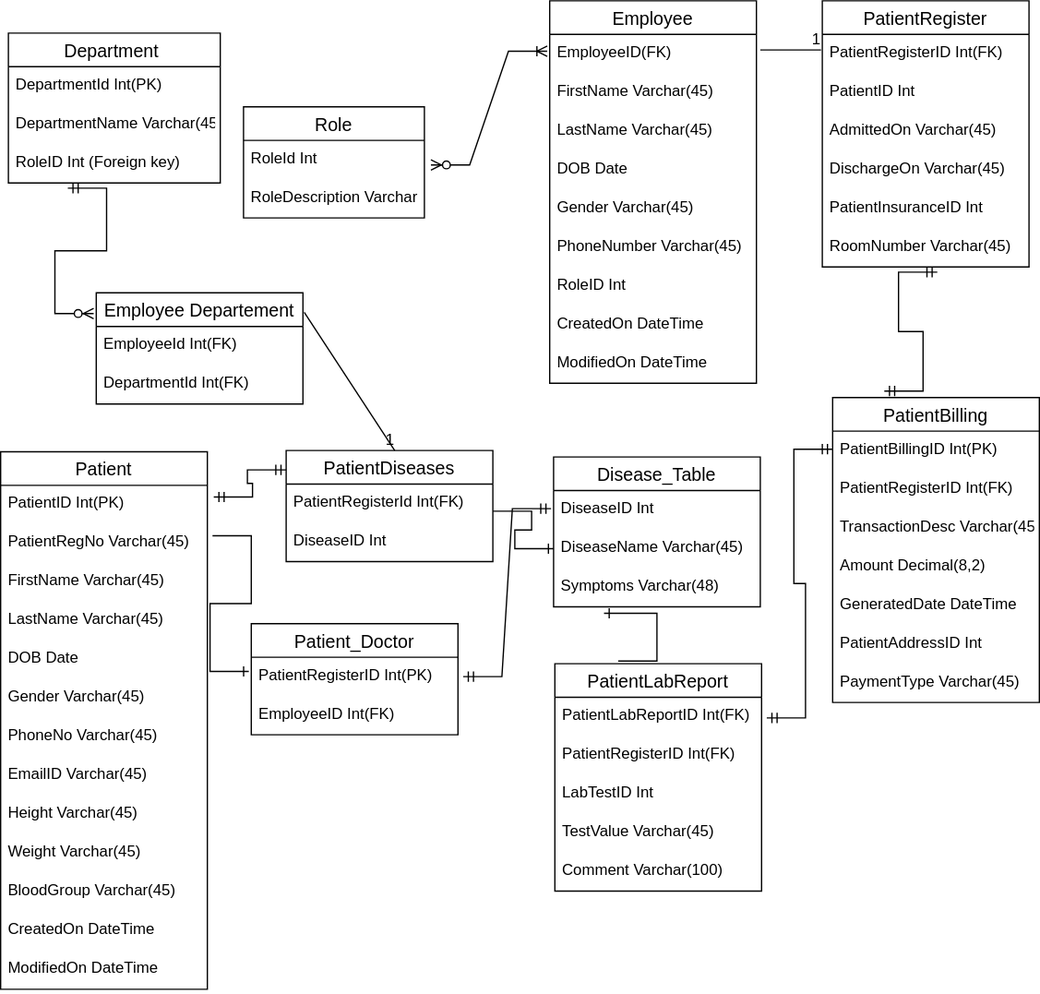
Before: Hospital Management System/Hospital Management System.drawio.svg, a diagram exported from draw.io (Mahima-01/Training-Repository). Source tidied: cells renumbered, new cells last; positions are measured from the earlier drawing's top-left corner, leaving out a move shared by most shapes.
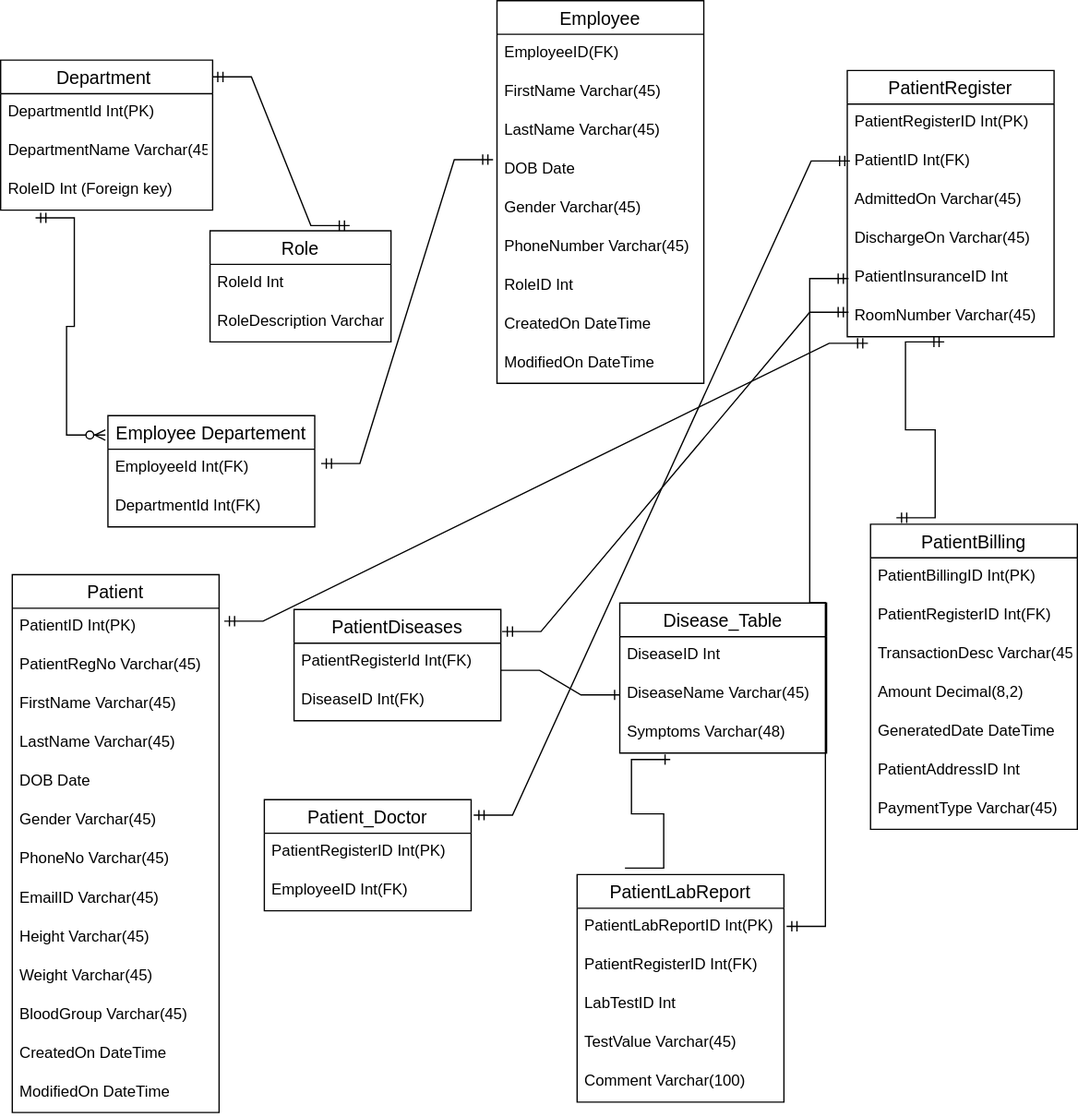
After the commit.

Commit message:
Establishing Relationships Between Tables

Change to the diagram source:
```diff
@@ -3,7 +3,7 @@
     <mxCell id="0" />
     <mxCell id="1" parent="0" />
     <mxCell id="2" value="Department " style="swimlane;fontStyle=0;horizontal=1;startSize=26;align=center;fontSize=14;" parent="1" vertex="1">
-      <mxGeometry x="6" y="25" width="164" height="116" as="geometry" />
+      <mxGeometry x="-9" y="-49" width="164" height="116" as="geometry" />
     </mxCell>
     <mxCell id="3" value="DepartmentId Int(PK)" style="text;strokeColor=none;fillColor=none;spacingLeft=4;spacingRight=4;overflow=hidden;fontSize=12;" parent="2" vertex="1">
       <mxGeometry y="26" width="164" height="30" as="geometry" />
@@ -16,8 +16,8 @@
     </mxCell>
     <mxCell id="6" style="edgeStyle=entityRelationEdgeStyle;fontSize=12;html=1;endArrow=ERzeroToMany;startArrow=ERmandOne;rounded=0;" parent="1" edge="1">
       <mxGeometry relative="1" as="geometry">
-        <mxPoint x="52" y="145" as="sourcePoint" />
-        <mxPoint x="72" y="242" as="targetPoint" />
+        <mxPoint x="18" y="73" as="sourcePoint" />
+        <mxPoint x="72" y="241" as="targetPoint" />
       </mxGeometry>
     </mxCell>
     <mxCell id="7" value="Employee Departement" style="swimlane;fontStyle=0;horizontal=1;startSize=26;align=center;fontSize=14;" parent="1" vertex="1">
@@ -30,7 +30,7 @@
       <mxGeometry y="56" width="160" height="30" as="geometry" />
     </mxCell>
     <mxCell id="10" value="Role" style="swimlane;fontStyle=0;horizontal=1;startSize=26;align=center;fontSize=14;" parent="1" vertex="1">
-      <mxGeometry x="188" y="82" width="140" height="86" as="geometry" />
+      <mxGeometry x="153" y="83" width="140" height="86" as="geometry" />
     </mxCell>
     <mxCell id="11" value="RoleId Int" style="text;strokeColor=none;fillColor=none;spacingLeft=4;spacingRight=4;overflow=hidden;points=[[0,0.5],[1,0.5]];portConstraint=eastwest;fontSize=12;" parent="10" vertex="1">
       <mxGeometry y="26" width="140" height="30" as="geometry" />
@@ -39,20 +39,11 @@
       <mxGeometry y="56" width="140" height="30" as="geometry" />
     </mxCell>
     <mxCell id="13" value="Employee" style="swimlane;fontStyle=0;horizontal=1;startSize=26;align=center;fontSize=14;" parent="1" vertex="1">
-      <mxGeometry x="425" width="160" height="296" as="geometry" />
+      <mxGeometry x="375" y="-95" width="160" height="296" as="geometry" />
     </mxCell>
     <mxCell id="14" value="EmployeeID(FK)" style="text;strokeColor=none;fillColor=none;spacingLeft=4;spacingRight=4;overflow=hidden;points=[[0,0.5],[1,0.5]];portConstraint=eastwest;fontSize=12;" parent="13" vertex="1">
       <mxGeometry y="26" width="160" height="30" as="geometry" />
     </mxCell>
-    <mxCell id="15" style="endArrow=none;html=1;rounded=0;" parent="13" edge="1">
-      <mxGeometry relative="1" as="geometry">
-        <mxPoint x="163" y="38" as="sourcePoint" />
-        <mxPoint x="210" y="38" as="targetPoint" />
-      </mxGeometry>
-    </mxCell>
-    <mxCell id="16" value="1" style="html=1;align=right;verticalAlign=bottom;" parent="15" vertex="1">
-      <mxGeometry x="1" relative="1" as="geometry" />
-    </mxCell>
     <mxCell id="17" value="FirstName Varchar(45)" style="text;strokeColor=none;fillColor=none;spacingLeft=4;spacingRight=4;overflow=hidden;fontSize=12;" parent="13" vertex="1">
       <mxGeometry y="56" width="160" height="30" as="geometry" />
     </mxCell>
@@ -78,16 +69,16 @@
       <mxGeometry y="266" width="160" height="30" as="geometry" />
     </mxCell>
     <mxCell id="25" value="PatientDiseases" style="swimlane;fontStyle=0;horizontal=1;startSize=26;align=center;fontSize=14;" parent="1" vertex="1">
-      <mxGeometry x="221" y="348" width="160" height="86" as="geometry" />
+      <mxGeometry x="218" y="376" width="160" height="86" as="geometry" />
     </mxCell>
     <mxCell id="26" value="PatientRegisterId Int(FK)" style="text;strokeColor=none;fillColor=none;spacingLeft=4;spacingRight=4;overflow=hidden;points=[[0,0.5],[1,0.5]];portConstraint=eastwest;fontSize=12;" parent="25" vertex="1">
       <mxGeometry y="26" width="160" height="30" as="geometry" />
     </mxCell>
-    <mxCell id="27" value="DiseaseID Int" style="text;strokeColor=none;fillColor=none;spacingLeft=4;spacingRight=4;overflow=hidden;fontSize=12;" parent="25" vertex="1">
+    <mxCell id="27" value="DiseaseID Int(FK)" style="text;strokeColor=none;fillColor=none;spacingLeft=4;spacingRight=4;overflow=hidden;fontSize=12;" parent="25" vertex="1">
       <mxGeometry y="56" width="160" height="30" as="geometry" />
     </mxCell>
     <mxCell id="28" value="PatientBilling" style="swimlane;fontStyle=0;horizontal=1;startSize=26;align=center;fontSize=14;" parent="1" vertex="1">
-      <mxGeometry x="644" y="307" width="160" height="236" as="geometry" />
+      <mxGeometry x="664" y="310" width="160" height="236" as="geometry" />
     </mxCell>
     <mxCell id="29" value="PatientBillingID Int(PK)" style="text;strokeColor=none;fillColor=none;spacingLeft=4;spacingRight=4;overflow=hidden;points=[[0,0.5],[1,0.5]];portConstraint=eastwest;fontSize=12;" parent="28" vertex="1">
       <mxGeometry y="26" width="160" height="30" as="geometry" />
@@ -111,12 +102,12 @@
       <mxGeometry y="206" width="160" height="30" as="geometry" />
     </mxCell>
     <mxCell id="36" value="PatientRegister" style="swimlane;fontStyle=0;horizontal=1;startSize=26;align=center;fontSize=14;" parent="1" vertex="1">
-      <mxGeometry x="636" width="160" height="206" as="geometry" />
+      <mxGeometry x="646" y="-41" width="160" height="206" as="geometry" />
     </mxCell>
-    <mxCell id="37" value="PatientRegisterID Int(FK)" style="text;strokeColor=none;fillColor=none;spacingLeft=4;spacingRight=4;overflow=hidden;fontSize=12;" parent="36" vertex="1">
+    <mxCell id="37" value="PatientRegisterID Int(PK)" style="text;strokeColor=none;fillColor=none;spacingLeft=4;spacingRight=4;overflow=hidden;fontSize=12;" parent="36" vertex="1">
       <mxGeometry y="26" width="160" height="30" as="geometry" />
     </mxCell>
-    <mxCell id="38" value="PatientID Int" style="text;strokeColor=none;fillColor=none;spacingLeft=4;spacingRight=4;overflow=hidden;points=[[0,0.5],[1,0.5]];portConstraint=eastwest;fontSize=12;" parent="36" vertex="1">
+    <mxCell id="38" value="PatientID Int(FK)" style="text;strokeColor=none;fillColor=none;spacingLeft=4;spacingRight=4;overflow=hidden;points=[[0,0.5],[1,0.5]];portConstraint=eastwest;fontSize=12;" parent="36" vertex="1">
       <mxGeometry y="56" width="160" height="30" as="geometry" />
     </mxCell>
     <mxCell id="39" value="AdmittedOn Varchar(45)" style="text;strokeColor=none;fillColor=none;spacingLeft=4;spacingRight=4;overflow=hidden;fontSize=12;" parent="36" vertex="1">
@@ -132,9 +123,9 @@
       <mxGeometry y="176" width="160" height="30" as="geometry" />
     </mxCell>
     <mxCell id="43" value="PatientLabReport" style="swimlane;fontStyle=0;horizontal=1;startSize=26;align=center;fontSize=14;" parent="1" vertex="1">
-      <mxGeometry x="429" y="513" width="160" height="176" as="geometry" />
+      <mxGeometry x="437" y="581" width="160" height="176" as="geometry" />
     </mxCell>
-    <mxCell id="44" value="PatientLabReportID Int(FK)" style="text;strokeColor=none;fillColor=none;spacingLeft=4;spacingRight=4;overflow=hidden;points=[[0,0.5],[1,0.5]];portConstraint=eastwest;fontSize=12;" parent="43" vertex="1">
+    <mxCell id="44" value="PatientLabReportID Int(PK)" style="text;strokeColor=none;fillColor=none;spacingLeft=4;spacingRight=4;overflow=hidden;points=[[0,0.5],[1,0.5]];portConstraint=eastwest;fontSize=12;" parent="43" vertex="1">
       <mxGeometry y="26" width="160" height="30" as="geometry" />
     </mxCell>
     <mxCell id="45" value="PatientRegisterID Int(FK)" style="text;strokeColor=none;fillColor=none;spacingLeft=4;spacingRight=4;overflow=hidden;fontSize=12;" parent="43" vertex="1">
@@ -192,7 +183,7 @@
       <mxGeometry y="386" width="160" height="30" as="geometry" />
     </mxCell>
     <mxCell id="63" value="Patient_Doctor" style="swimlane;fontStyle=0;horizontal=1;startSize=26;align=center;fontSize=14;" parent="1" vertex="1">
-      <mxGeometry x="194" y="482" width="160" height="86" as="geometry" />
+      <mxGeometry x="195" y="523" width="160" height="86" as="geometry" />
     </mxCell>
     <mxCell id="64" value="PatientRegisterID Int(PK)" style="text;strokeColor=none;fillColor=none;spacingLeft=4;spacingRight=4;overflow=hidden;points=[[0,0.5],[1,0.5]];portConstraint=eastwest;fontSize=12;" parent="63" vertex="1">
       <mxGeometry y="26" width="160" height="30" as="geometry" />
@@ -201,7 +192,7 @@
       <mxGeometry y="56" width="160" height="30" as="geometry" />
     </mxCell>
     <mxCell id="66" value="Disease_Table" style="swimlane;fontStyle=0;horizontal=1;startSize=26;align=center;fontSize=14;" parent="1" vertex="1">
-      <mxGeometry x="428" y="353" width="160" height="116" as="geometry" />
+      <mxGeometry x="470" y="371" width="160" height="116" as="geometry" />
     </mxCell>
     <mxCell id="67" value="DiseaseID Int" style="text;strokeColor=none;fillColor=none;spacingLeft=4;spacingRight=4;overflow=hidden;points=[[0,0.5],[1,0.5]];portConstraint=eastwest;fontSize=12;" parent="66" vertex="1">
       <mxGeometry y="26" width="160" height="30" as="geometry" />
@@ -212,46 +203,42 @@
     <mxCell id="69" value="Symptoms Varchar(48)" style="text;strokeColor=none;fillColor=none;spacingLeft=4;spacingRight=4;overflow=hidden;points=[[0,0.5],[1,0.5]];portConstraint=eastwest;fontSize=12;" parent="66" vertex="1">
       <mxGeometry y="86" width="160" height="30" as="geometry" />
     </mxCell>
-    <mxCell id="70" style="edgeStyle=entityRelationEdgeStyle;fontSize=12;html=1;endArrow=ERoneToMany;startArrow=ERzeroToMany;rounded=0;entryX=-0.012;entryY=0.433;entryDx=0;entryDy=0;entryPerimeter=0;exitX=1.036;exitY=0.633;exitDx=0;exitDy=0;exitPerimeter=0;" parent="1" edge="1" source="11" target="14">
-      <mxGeometry relative="1" as="geometry" />
-    </mxCell>
-    <mxCell id="71" style="edgeStyle=entityRelationEdgeStyle;fontSize=12;html=1;endArrow=ERmandOne;startArrow=ERmandOne;rounded=0;exitX=1.031;exitY=0.3;exitDx=0;exitDy=0;exitPerimeter=0;" parent="1" edge="1" source="50">
-      <mxGeometry relative="1" as="geometry">
-        <mxPoint x="221" y="363" as="targetPoint" />
-      </mxGeometry>
-    </mxCell>
-    <mxCell id="72" style="edgeStyle=entityRelationEdgeStyle;fontSize=12;html=1;endArrow=ERmandOne;startArrow=ERmandOne;rounded=0;entryX=-0.012;entryY=0.467;entryDx=0;entryDy=0;entryPerimeter=0;" parent="1" edge="1" target="67">
-      <mxGeometry relative="1" as="geometry">
-        <mxPoint x="358" y="523" as="sourcePoint" />
-      </mxGeometry>
-    </mxCell>
     <mxCell id="73" style="edgeStyle=entityRelationEdgeStyle;fontSize=12;html=1;endArrow=ERone;endFill=1;rounded=0;exitX=1;exitY=0.7;exitDx=0;exitDy=0;exitPerimeter=0;" parent="1" edge="1" source="26" target="68">
       <mxGeometry relative="1" as="geometry" />
     </mxCell>
     <mxCell id="74" style="edgeStyle=entityRelationEdgeStyle;fontSize=12;html=1;endArrow=ERone;endFill=1;rounded=0;entryX=0.244;entryY=1.167;entryDx=0;entryDy=0;entryPerimeter=0;" parent="1" edge="1" target="69">
       <mxGeometry relative="1" as="geometry">
-        <mxPoint x="478" y="511" as="sourcePoint" />
+        <mxPoint x="474" y="576" as="sourcePoint" />
       </mxGeometry>
     </mxCell>
-    <mxCell id="75" style="edgeStyle=entityRelationEdgeStyle;fontSize=12;html=1;endArrow=ERmandOne;startArrow=ERmandOne;rounded=0;" parent="1" edge="1">
+    <mxCell id="75" style="edgeStyle=entityRelationEdgeStyle;fontSize=12;html=1;endArrow=ERmandOne;startArrow=ERmandOne;rounded=0;entryX=0.469;entryY=1.133;entryDx=0;entryDy=0;entryPerimeter=0;" parent="1" edge="1" target="42">
       <mxGeometry relative="1" as="geometry">
-        <mxPoint x="684" y="302" as="sourcePoint" />
-        <mxPoint x="725" y="210" as="targetPoint" />
+        <mxPoint x="684" y="305" as="sourcePoint" />
       </mxGeometry>
     </mxCell>
-    <mxCell id="76" style="edgeStyle=entityRelationEdgeStyle;fontSize=12;html=1;endArrow=ERmandOne;startArrow=ERmandOne;rounded=0;exitX=1.025;exitY=0.533;exitDx=0;exitDy=0;exitPerimeter=0;entryX=0;entryY=0.467;entryDx=0;entryDy=0;entryPerimeter=0;" parent="1" edge="1" source="44" target="29">
-      <mxGeometry relative="1" as="geometry" />
-    </mxCell>
-    <mxCell id="77" style="endArrow=none;html=1;rounded=0;entryX=0.525;entryY=0;entryDx=0;entryDy=0;entryPerimeter=0;" parent="1" edge="1" target="25">
-      <mxGeometry relative="1" as="geometry">
-        <mxPoint x="235" y="241" as="sourcePoint" />
-      </mxGeometry>
-    </mxCell>
-    <mxCell id="78" value="1" style="html=1;align=right;verticalAlign=bottom;" parent="77" vertex="1">
-      <mxGeometry x="1" relative="1" as="geometry" />
-    </mxCell>
-    <mxCell id="79" style="edgeStyle=entityRelationEdgeStyle;fontSize=12;html=1;endArrow=ERone;endFill=1;rounded=0;exitX=1.025;exitY=0.3;exitDx=0;exitDy=0;exitPerimeter=0;entryX=-0.012;entryY=0.367;entryDx=0;entryDy=0;entryPerimeter=0;" parent="1" edge="1" source="51" target="64">
-      <mxGeometry relative="1" as="geometry" />
-    </mxCell>
+    <mxCell id="80" style="edgeStyle=entityRelationEdgeStyle;fontSize=12;html=1;endArrow=ERmandOne;startArrow=ERmandOne;rounded=0;entryX=-0.019;entryY=0.233;entryDx=0;entryDy=0;entryPerimeter=0;exitX=1.031;exitY=0.367;exitDx=0;exitDy=0;exitPerimeter=0;" parent="1" edge="1" source="8" target="19">
+      <mxGeometry relative="1" as="geometry" />
+    </mxCell>
+    <mxCell id="81" style="edgeStyle=entityRelationEdgeStyle;fontSize=12;html=1;endArrow=ERmandOne;startArrow=ERmandOne;rounded=0;exitX=1;exitY=0.112;exitDx=0;exitDy=0;exitPerimeter=0;" parent="1" edge="1" source="2">
+      <mxGeometry relative="1" as="geometry">
+        <mxPoint x="261" y="79" as="targetPoint" />
+      </mxGeometry>
+    </mxCell>
+    <mxCell id="82" style="edgeStyle=entityRelationEdgeStyle;fontSize=12;html=1;endArrow=ERmandOne;startArrow=ERmandOne;rounded=0;entryX=0.013;entryY=0.467;entryDx=0;entryDy=0;entryPerimeter=0;" parent="1" edge="1" target="38">
+      <mxGeometry relative="1" as="geometry">
+        <mxPoint x="357" y="535" as="sourcePoint" />
+      </mxGeometry>
+    </mxCell>
+    <mxCell id="83" style="edgeStyle=entityRelationEdgeStyle;fontSize=12;html=1;endArrow=ERmandOne;startArrow=ERmandOne;rounded=0;entryX=0.006;entryY=0.367;entryDx=0;entryDy=0;entryPerimeter=0;" parent="1" edge="1" target="42">
+      <mxGeometry relative="1" as="geometry">
+        <mxPoint x="379" y="393" as="sourcePoint" />
+      </mxGeometry>
+    </mxCell>
+    <mxCell id="84" style="edgeStyle=entityRelationEdgeStyle;fontSize=12;html=1;endArrow=ERmandOne;startArrow=ERmandOne;rounded=0;exitX=1.025;exitY=0.333;exitDx=0;exitDy=0;exitPerimeter=0;entryX=0.1;entryY=1.167;entryDx=0;entryDy=0;entryPerimeter=0;" parent="1" edge="1" source="50" target="42">
+      <mxGeometry relative="1" as="geometry" />
+    </mxCell>
+    <mxCell id="85" style="edgeStyle=entityRelationEdgeStyle;fontSize=12;html=1;endArrow=ERmandOne;startArrow=ERmandOne;rounded=0;entryX=0.006;entryY=0.5;entryDx=0;entryDy=0;entryPerimeter=0;exitX=1.013;exitY=0.467;exitDx=0;exitDy=0;exitPerimeter=0;" parent="1" edge="1" source="44" target="41">
+      <mxGeometry relative="1" as="geometry" />
+    </mxCell>
   </root>
 </mxGraphModel>
```
